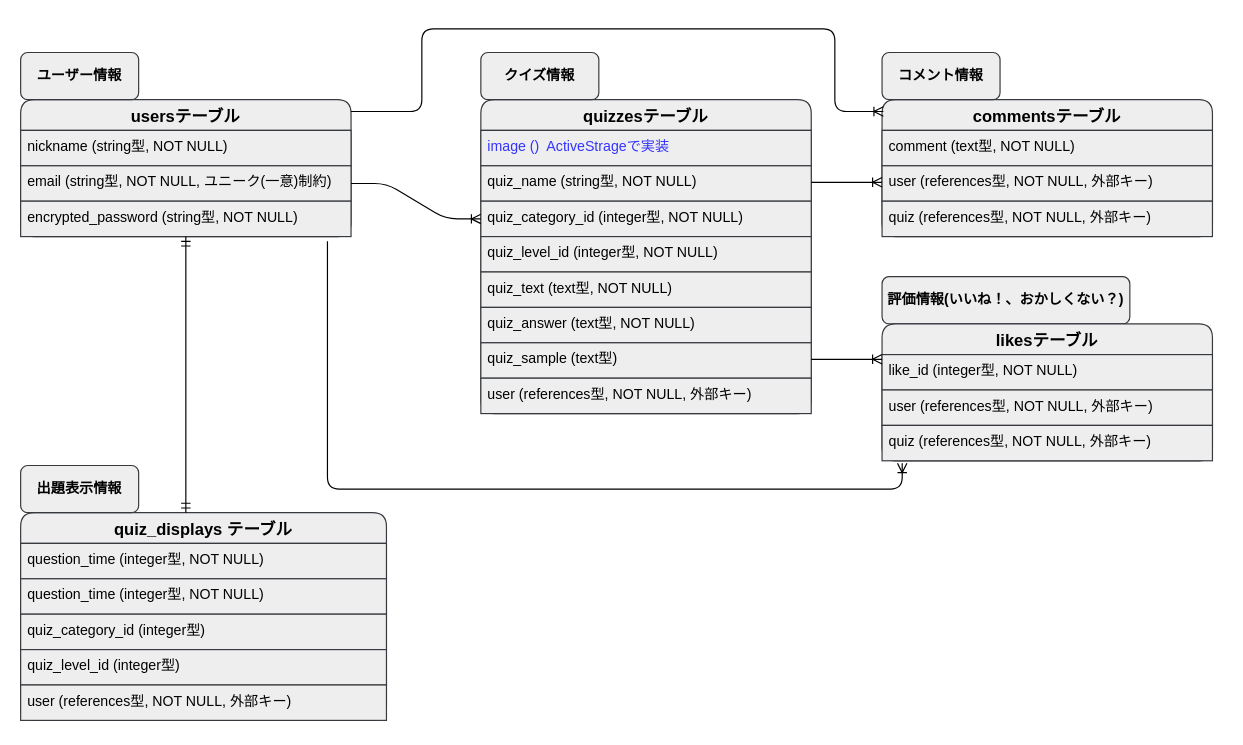
Earlier version of the draw.io diagram ER図.dio (yoshitarotsuda/timerquiz). Source tidied: cells renumbered, new cells numbered last; positions are measured from the earlier drawing's top-left corner, leaving out a move shared by most shapes. Both pictures are drawn from the tidied source at 118%, with x=0, y=0 at pixel (20, 28).
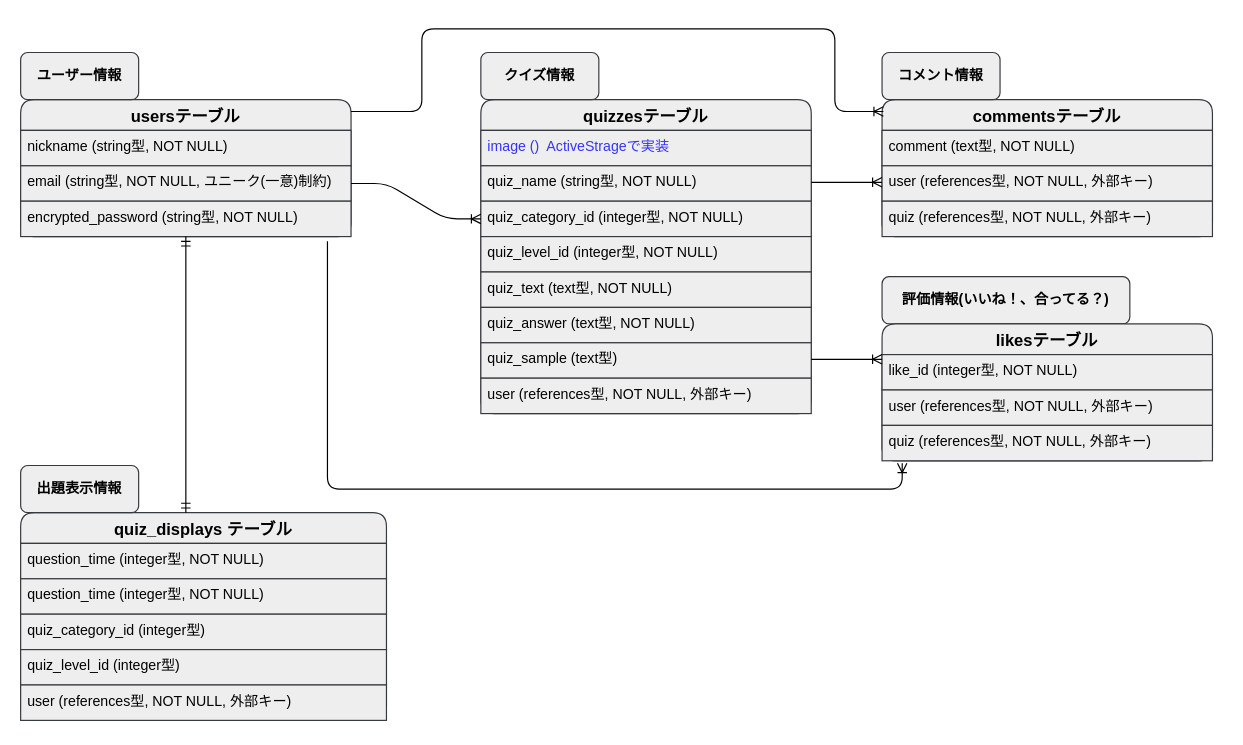
Above is the later version.

Change to the diagram source:
```diff
@@
-    <mxCell id="35" value="評価情報(いいね！、おかしくない？)" style="whiteSpace=wrap;html=1;align=center;rounded=1;glass=0;labelBackgroundColor=none;strokeColor=#36393d;fillColor=#eeeeee;fontColor=#000000;fontStyle=1;" parent="1" vertex="1">
+    <mxCell id="35" value="評価情報(いいね！、合ってる？)" style="whiteSpace=wrap;html=1;align=center;rounded=1;glass=0;labelBackgroundColor=none;strokeColor=#36393d;fillColor=#eeeeee;fontColor=#000000;fontStyle=1;" parent="1" vertex="1">
       <mxGeometry x="730" y="210" width="210" height="40" as="geometry" />
     </mxCell>
```
